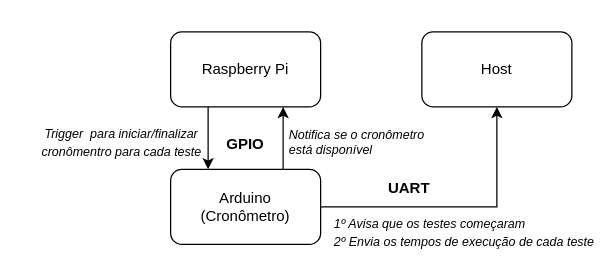
alvenan/AOSPbenchmark keeps this draw.io diagram as img/diagrama.drawio. Above is the earlier version. Source tidied: cells renumbered, new cells numbered last; positions are measured from the earlier drawing's top-left corner, leaving out a move shared by most shapes. Both pictures are drawn from the tidied source at 125%, with x=0, y=0 at pixel (21, 31).
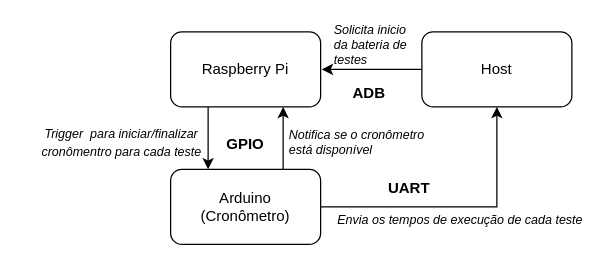
Above is the later version.

Commit message (it also covers changes not shown here):
Update arch diagram

The edit, as a diff of the source:
```diff
@@
 <mxGraphModel>
   <root>
     <mxCell id="0" />
     <mxCell id="1" parent="0" />
     <mxCell id="2" value="Raspberry Pi" style="rounded=1;whiteSpace=wrap;html=1;" parent="1" vertex="1">
       <mxGeometry x="119" width="120" height="60" as="geometry" />
     </mxCell>
     <mxCell id="3" style="edgeStyle=orthogonalEdgeStyle;rounded=0;jettySize=auto;html=1;entryX=0.5;entryY=1;entryDx=0;entryDy=0;" parent="1" edge="1" source="4" target="5">
       <mxGeometry relative="1" as="geometry" />
     </mxCell>
     <mxCell id="4" value="Arduino&lt;br&gt;(Cronômetro)" style="rounded=1;whiteSpace=wrap;html=1;" parent="1" vertex="1">
       <mxGeometry x="119" y="110" width="120" height="60" as="geometry" />
     </mxCell>
+    <mxCell id="13" style="edgeStyle=orthogonalEdgeStyle;rounded=0;jettySize=auto;html=1;exitX=0;exitY=0.5;exitDx=0;exitDy=0;" parent="1" edge="1" source="5">
+      <mxGeometry relative="1" as="geometry">
+        <mxPoint x="240" y="30" as="targetPoint" />
+      </mxGeometry>
+    </mxCell>
     <mxCell id="5" value="Host" style="rounded=1;whiteSpace=wrap;html=1;" parent="1" vertex="1">
       <mxGeometry x="320" width="120" height="60" as="geometry" />
     </mxCell>
-    <mxCell id="6" value="&lt;font style=&quot;font-size: 10px;&quot;&gt;&lt;i&gt;1º Avisa que os testes começaram&lt;br&gt;2º Envia os tempos de execução de cada teste&lt;br&gt;&lt;/i&gt;&lt;/font&gt;" style="text;html=1;strokeColor=none;fillColor=none;align=left;verticalAlign=middle;whiteSpace=wrap;rounded=0;" parent="1" vertex="1">
-      <mxGeometry x="248" y="140" width="211" height="40" as="geometry" />
+    <mxCell id="6" value="&lt;font style=&quot;font-size: 10px;&quot;&gt;&lt;i&gt;&amp;nbsp;Envia os tempos de execução de cada teste&lt;br&gt;&lt;/i&gt;&lt;/font&gt;" style="text;html=1;strokeColor=none;fillColor=none;align=left;verticalAlign=middle;whiteSpace=wrap;rounded=0;" parent="1" vertex="1">
+      <mxGeometry x="248" y="140" width="211" height="20" as="geometry" />
     </mxCell>
     <mxCell id="7" value="&lt;div style=&quot;&quot;&gt;&lt;span style=&quot;background-color: initial;&quot;&gt;&lt;i&gt;&lt;font style=&quot;font-size: 10px;&quot;&gt;Trigger&amp;nbsp; para iniciar/finalizar&amp;nbsp; cronômentro para cada teste&lt;/font&gt;&lt;/i&gt;&lt;/span&gt;&lt;br&gt;&lt;/div&gt;" style="text;html=1;strokeColor=none;fillColor=none;align=right;verticalAlign=middle;whiteSpace=wrap;rounded=0;" parent="1" vertex="1">
       <mxGeometry y="73" width="146" height="30" as="geometry" />
     </mxCell>
     <mxCell id="8" style="endArrow=classic;html=1;rounded=0;exitX=0.25;exitY=1;exitDx=0;exitDy=0;entryX=0.25;entryY=0;entryDx=0;entryDy=0;" parent="1" edge="1" source="2" target="4">
       <mxGeometry relative="1" as="geometry" />
     </mxCell>
     <mxCell id="9" style="endArrow=classic;html=1;rounded=0;entryX=0.75;entryY=1;entryDx=0;entryDy=0;exitX=0.75;exitY=0;exitDx=0;exitDy=0;" parent="1" edge="1" source="4" target="2">
       <mxGeometry relative="1" as="geometry" />
     </mxCell>
     <mxCell id="10" value="&lt;div style=&quot;font-size: 10px;&quot;&gt;&lt;font style=&quot;font-size: 10px;&quot;&gt;&lt;i&gt;Notifica se o cronômetro está disponível&lt;/i&gt;&lt;/font&gt;&lt;/div&gt;" style="text;html=1;strokeColor=none;fillColor=none;align=left;verticalAlign=middle;whiteSpace=wrap;rounded=0;" parent="1" vertex="1">
       <mxGeometry x="212" y="78" width="118" height="20" as="geometry" />
     </mxCell>
     <mxCell id="11" value="&lt;b&gt;GPIO&lt;/b&gt;" style="text;html=1;strokeColor=none;fillColor=none;align=center;verticalAlign=middle;whiteSpace=wrap;rounded=0;" parent="1" vertex="1">
       <mxGeometry x="149" y="80" width="60" height="20" as="geometry" />
     </mxCell>
     <mxCell id="12" value="&lt;b&gt;UART&lt;/b&gt;" style="text;html=1;strokeColor=none;fillColor=none;align=center;verticalAlign=middle;whiteSpace=wrap;rounded=0;" parent="1" vertex="1">
       <mxGeometry x="280" y="116" width="60" height="17" as="geometry" />
     </mxCell>
+    <mxCell id="14" value="&lt;b&gt;ADB&lt;/b&gt;" style="text;html=1;strokeColor=none;fillColor=none;align=center;verticalAlign=middle;whiteSpace=wrap;rounded=0;" parent="1" vertex="1">
+      <mxGeometry x="248" y="40" width="60" height="17" as="geometry" />
+    </mxCell>
+    <mxCell id="15" value="&lt;div style=&quot;font-size: 10px;&quot;&gt;&lt;font style=&quot;font-size: 10px;&quot;&gt;&lt;i&gt;Solicita inicio da bateria de testes&lt;/i&gt;&lt;/font&gt;&lt;/div&gt;" style="text;html=1;strokeColor=none;fillColor=none;align=left;verticalAlign=middle;whiteSpace=wrap;rounded=0;" parent="1" vertex="1">
+      <mxGeometry x="248" width="64" height="20" as="geometry" />
+    </mxCell>
   </root>
 </mxGraphModel>
```
